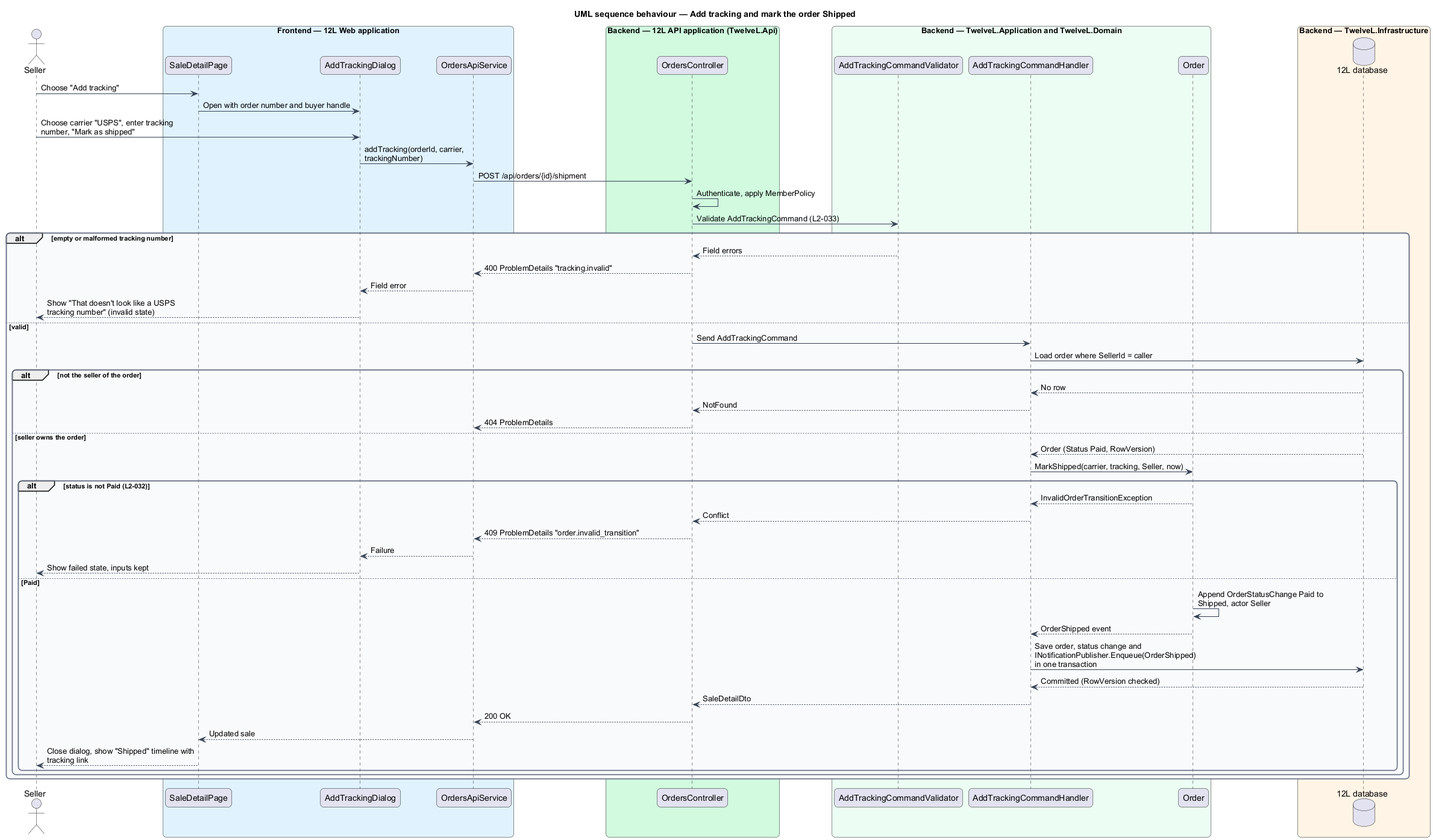
Above: docs/detailed-designs/orders/ship-order/diagrams/sequence-add-tracking.png in QuinntyneBrown/12l (PlantUML), before the change.
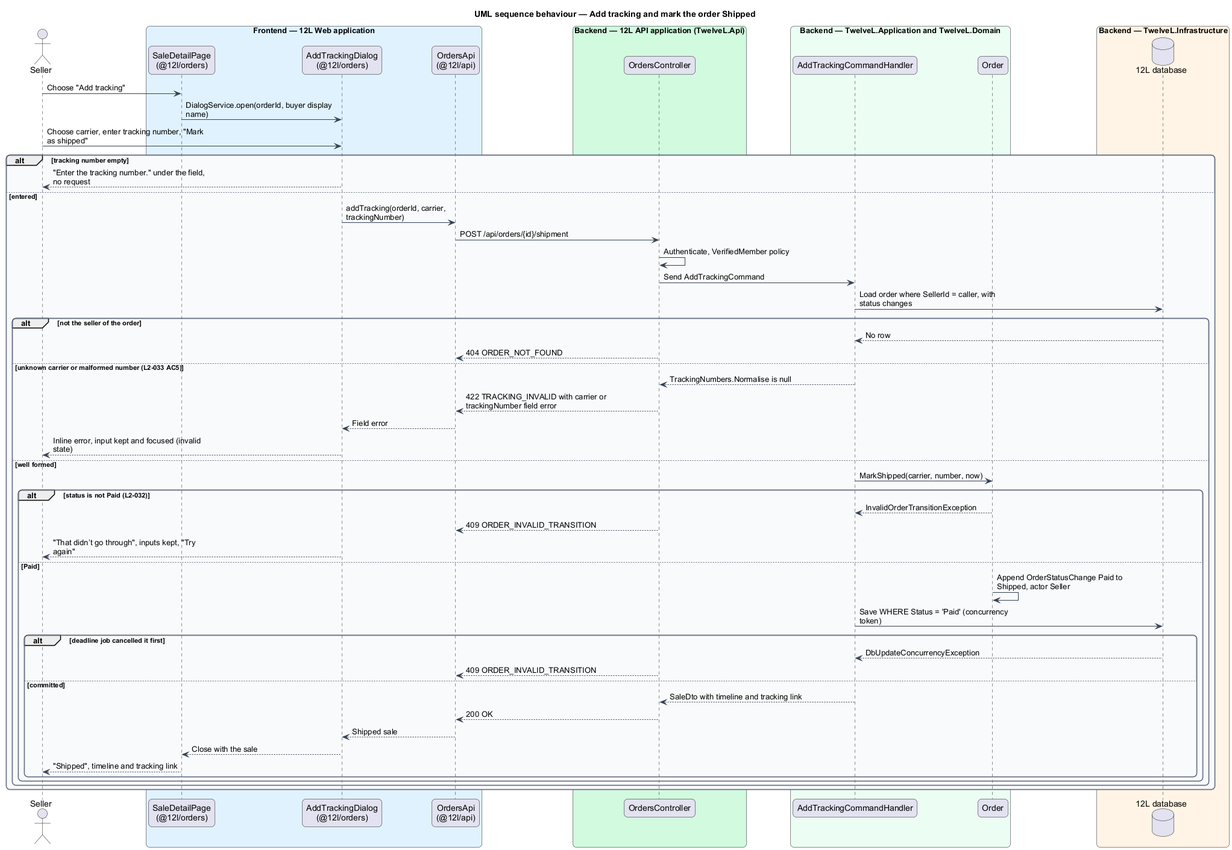
After the commit.

Diff of the diagram source:
```diff
@@ -18,15 +18,14 @@
 skinparam maxMessageSize 260
 actor "Seller" as actor
 box "Frontend — 12L Web application" #E0F2FE
-  participant "SaleDetailPage" as page
-  participant "AddTrackingDialog" as dlg
-  participant "OrdersApiService" as client
+  participant "SaleDetailPage\n(@12l/orders)" as page
+  participant "AddTrackingDialog\n(@12l/orders)" as dlg
+  participant "OrdersApi\n(@12l/api)" as client
 end box
 box "Backend — 12L API application (TwelveL.Api)" #D1FADF
   participant "OrdersController" as ctrl
 end box
 box "Backend — TwelveL.Application and TwelveL.Domain" #ECFDF3
-  participant "AddTrackingCommandValidator" as val
   participant "AddTrackingCommandHandler" as h
   participant "Order" as order
 end box
@@ -34,42 +33,43 @@
   database "12L database" as db
 end box
 actor -> page : Choose "Add tracking"
-page -> dlg : Open with order number and buyer handle
-actor -> dlg : Choose carrier "USPS", enter tracking number, "Mark as shipped"
-dlg -> client : addTracking(orderId, carrier, trackingNumber)
-client -> ctrl : POST /api/orders/{id}/shipment
-ctrl -> ctrl : Authenticate, apply MemberPolicy
-ctrl -> val : Validate AddTrackingCommand (L2-033)
-alt empty or malformed tracking number
-  val --> ctrl : Field errors
-  ctrl --> client : 400 ProblemDetails "tracking.invalid"
-  client --> dlg : Field error
-  dlg --> actor : Show "That doesn't look like a USPS tracking number" (invalid state)
-else valid
+page -> dlg : DialogService.open(orderId, buyer display name)
+actor -> dlg : Choose carrier, enter tracking number, "Mark as shipped"
+alt tracking number empty
+  dlg --> actor : "Enter the tracking number." under the field, no request
+else entered
+  dlg -> client : addTracking(orderId, carrier, trackingNumber)
+  client -> ctrl : POST /api/orders/{id}/shipment
+  ctrl -> ctrl : Authenticate, VerifiedMember policy
   ctrl -> h : Send AddTrackingCommand
-  h -> db : Load order where SellerId = caller
+  h -> db : Load order where SellerId = caller, with status changes
   alt not the seller of the order
     db --> h : No row
-    h --> ctrl : NotFound
-    ctrl --> client : 404 ProblemDetails
-  else seller owns the order
-    db --> h : Order (Status Paid, RowVersion)
-    h -> order : MarkShipped(carrier, tracking, Seller, now)
+    ctrl --> client : 404 ORDER_NOT_FOUND
+  else unknown carrier or malformed number (L2-033 AC5)
+    h --> ctrl : TrackingNumbers.Normalise is null
+    ctrl --> client : 422 TRACKING_INVALID with carrier or trackingNumber field error
+    client --> dlg : Field error
+    dlg --> actor : Inline error, input kept and focused (invalid state)
+  else well formed
+    h -> order : MarkShipped(carrier, number, now)
     alt status is not Paid (L2-032)
       order --> h : InvalidOrderTransitionException
-      h --> ctrl : Conflict
-      ctrl --> client : 409 ProblemDetails "order.invalid_transition"
-      client --> dlg : Failure
-      dlg --> actor : Show failed state, inputs kept
+      ctrl --> client : 409 ORDER_INVALID_TRANSITION
+      dlg --> actor : "That didn’t go through", inputs kept, "Try again"
     else Paid
       order -> order : Append OrderStatusChange Paid to Shipped, actor Seller
-      order --> h : OrderShipped event
-      h -> db : Save order, status change and INotificationPublisher.Enqueue(OrderShipped) in one transaction
-      db --> h : Committed (RowVersion checked)
-      h --> ctrl : SaleDetailDto
-      ctrl --> client : 200 OK
-      client --> page : Updated sale
-      page --> actor : Close dialog, show "Shipped" timeline with tracking link
+      h -> db : Save WHERE Status = 'Paid' (concurrency token)
+      alt deadline job cancelled it first
+        db --> h : DbUpdateConcurrencyException
+        ctrl --> client : 409 ORDER_INVALID_TRANSITION
+      else committed
+        h --> ctrl : SaleDto with timeline and tracking link
+        ctrl --> client : 200 OK
+        client --> dlg : Shipped sale
+        dlg --> page : Close with the sale
+        page --> actor : "Shipped", timeline and tracking link
+      end
     end
   end
 end
```
